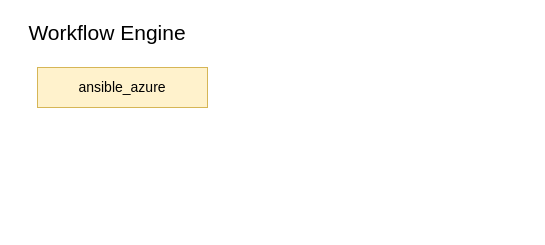
The draw.io diagram workflow_engine.drawio in vattenbit/drawio, before the edit. Source tidied: cells renumbered, new cells numbered last; positions are measured from the earlier drawing's top-left corner, leaving out a move shared by most shapes. Both pictures are drawn from the tidied source at 100%, with x=0, y=0 at pixel (17, 17).
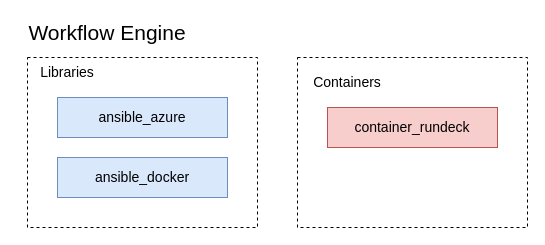
The same page after the edit.

Change to the diagram source:
```diff
@@
 <mxGraphModel>
   <root>
     <mxCell id="0" />
     <mxCell id="1" parent="0" />
+    <mxCell id="5" style="rounded=0;whiteSpace=wrap;html=1;fontSize=14;dashed=1;" parent="1" vertex="1">
+      <mxGeometry x="10" y="40" width="230" height="170" as="geometry" />
+    </mxCell>
     <mxCell id="2" value="Workflow Engine" style="text;html=1;strokeColor=none;fillColor=none;align=center;verticalAlign=middle;whiteSpace=wrap;rounded=0;fontSize=21;" parent="1" vertex="1">
       <mxGeometry width="180" height="30" as="geometry" />
     </mxCell>
+    <mxCell id="6" style="group;fillColor=#dae8fc;strokeColor=#6c8ebf;" parent="1" vertex="1">
+      <mxGeometry x="40" y="140" width="170" height="40" as="geometry" />
+    </mxCell>
+    <mxCell id="7" style="rounded=0;whiteSpace=wrap;html=1;fontSize=21;fillColor=#dae8fc;strokeColor=#6c8ebf;" parent="6" vertex="1">
+      <mxGeometry width="170" height="40" as="geometry" />
+    </mxCell>
+    <mxCell id="8" value="&lt;div&gt;ansible_docker&lt;/div&gt;" style="text;html=1;strokeColor=none;fillColor=none;align=center;verticalAlign=middle;whiteSpace=wrap;rounded=0;fontSize=14;" parent="6" vertex="1">
+      <mxGeometry x="30" y="5" width="110" height="30" as="geometry" />
+    </mxCell>
+    <mxCell id="9" style="group;" parent="1" vertex="1">
+      <mxGeometry x="40" y="80" width="170" height="40" as="geometry" />
+    </mxCell>
-    <mxCell id="3" style="rounded=0;whiteSpace=wrap;html=1;fontSize=21;fillColor=#fff2cc;strokeColor=#d6b656;" parent="1" vertex="1">
-      <mxGeometry x="20" y="50" width="170" height="40" as="geometry" />
+    <mxCell id="3" style="rounded=0;whiteSpace=wrap;html=1;fontSize=21;fillColor=#dae8fc;strokeColor=#6c8ebf;" parent="9" vertex="1">
+      <mxGeometry width="170" height="40" as="geometry" />
     </mxCell>
-    <mxCell id="4" value="ansible_azure" style="text;html=1;strokeColor=none;fillColor=none;align=center;verticalAlign=middle;whiteSpace=wrap;rounded=0;fontSize=14;" parent="1" vertex="1">
-      <mxGeometry x="50" y="55" width="110" height="30" as="geometry" />
+    <mxCell id="4" value="ansible_azure" style="text;html=1;strokeColor=none;fillColor=none;align=center;verticalAlign=middle;whiteSpace=wrap;rounded=0;fontSize=14;" parent="9" vertex="1">
+      <mxGeometry x="30" y="5" width="110" height="30" as="geometry" />
     </mxCell>
+    <mxCell id="10" value="Libraries" style="text;html=1;strokeColor=none;fillColor=none;align=center;verticalAlign=middle;whiteSpace=wrap;rounded=0;dashed=1;fontSize=14;" parent="1" vertex="1">
+      <mxGeometry x="20" y="40" width="60" height="30" as="geometry" />
+    </mxCell>
+    <mxCell id="11" style="rounded=0;whiteSpace=wrap;html=1;fontSize=14;dashed=1;" parent="1" vertex="1">
+      <mxGeometry x="280" y="40" width="230" height="170" as="geometry" />
+    </mxCell>
+    <mxCell id="12" value="Containers" style="text;html=1;strokeColor=none;fillColor=none;align=center;verticalAlign=middle;whiteSpace=wrap;rounded=0;dashed=1;fontSize=14;" parent="1" vertex="1">
+      <mxGeometry x="290" y="50" width="80" height="30" as="geometry" />
+    </mxCell>
+    <mxCell id="13" style="group;fillColor=#e1d5e7;strokeColor=#9673a6;" parent="1" vertex="1">
+      <mxGeometry x="310" y="90" width="170" height="40" as="geometry" />
+    </mxCell>
+    <mxCell id="14" style="rounded=0;whiteSpace=wrap;html=1;fontSize=21;fillColor=#f8cecc;strokeColor=#b85450;" parent="13" vertex="1">
+      <mxGeometry width="170" height="40" as="geometry" />
+    </mxCell>
+    <mxCell id="15" value="container_rundeck" style="text;html=1;strokeColor=none;fillColor=none;align=center;verticalAlign=middle;whiteSpace=wrap;rounded=0;fontSize=14;" parent="13" vertex="1">
+      <mxGeometry x="30" y="5" width="110" height="30" as="geometry" />
+    </mxCell>
   </root>
 </mxGraphModel>
```
